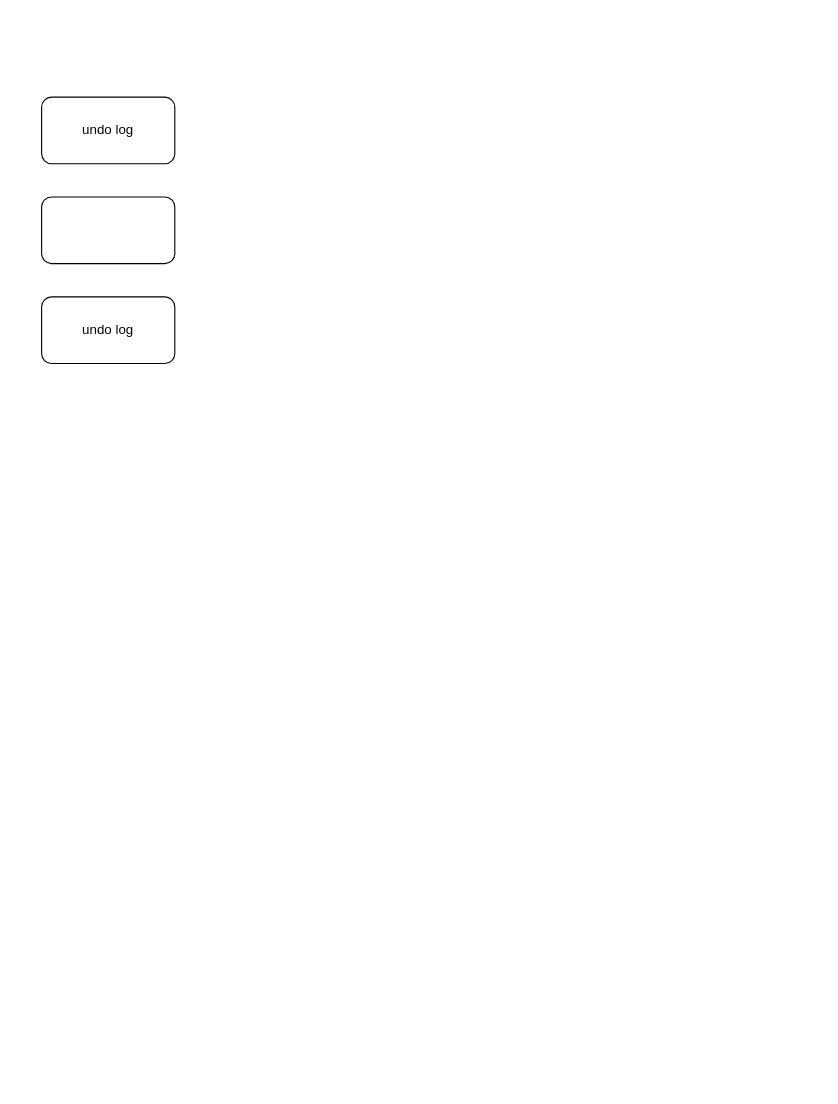
sunshuwei520/weishao keeps this draw.io diagram as mysql三种日志详解.drawio. Above is the earlier version. Source tidied: cells renumbered, new cells numbered last; positions are measured from the earlier drawing's top-left corner, leaving out a move shared by most shapes. Both pictures are drawn from the tidied source at 111%, with x=0, y=0 at pixel (41, 97).
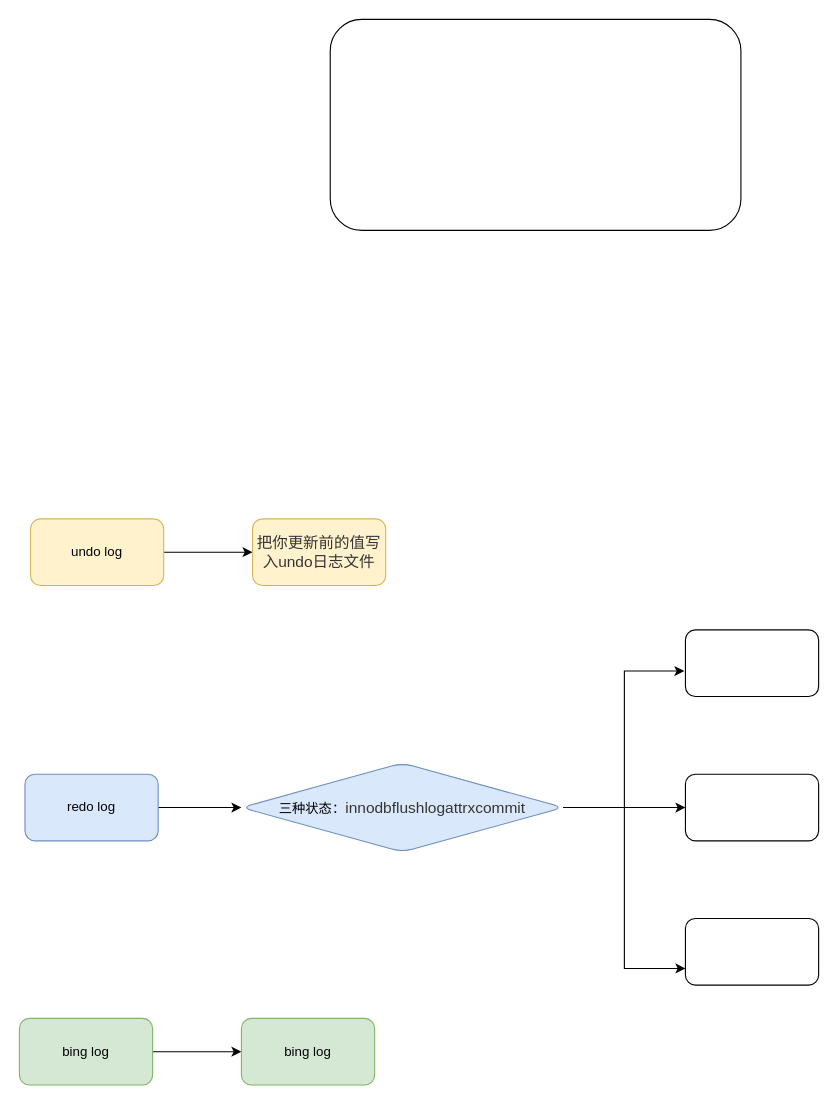
After the change.

Commit message (it also covers changes not shown here):
Update mysql三种日志详解.drawio

What changed in the source:
```diff
@@
 <mxGraphModel>
   <root>
     <mxCell id="0" />
     <mxCell id="1" parent="0" />
+    <mxCell id="5" style="edgeStyle=orthogonalEdgeStyle;rounded=0;jettySize=auto;html=1;" parent="1" edge="1" source="2" target="9">
+      <mxGeometry relative="1" as="geometry" />
+    </mxCell>
-    <mxCell id="2" value="undo log" style="rounded=1;whiteSpace=wrap;html=1;" parent="1" vertex="1">
-      <mxGeometry width="120" height="60" as="geometry" />
+    <mxCell id="2" value="undo log" style="rounded=1;whiteSpace=wrap;html=1;fillColor=#fff2cc;strokeColor=#d6b656;" parent="1" vertex="1">
+      <mxGeometry x="-10" y="380" width="120" height="60" as="geometry" />
     </mxCell>
+    <mxCell id="6" style="edgeStyle=orthogonalEdgeStyle;rounded=0;jettySize=auto;html=1;" parent="1" edge="1" source="3" target="13">
+      <mxGeometry relative="1" as="geometry" />
+    </mxCell>
-    <mxCell id="3" style="rounded=1;whiteSpace=wrap;html=1;" parent="1" vertex="1">
-      <mxGeometry y="90" width="120" height="60" as="geometry" />
+    <mxCell id="3" value="redo log" style="rounded=1;whiteSpace=wrap;html=1;fillColor=#dae8fc;strokeColor=#6c8ebf;" parent="1" vertex="1">
+      <mxGeometry x="-15" y="610" width="120" height="60" as="geometry" />
     </mxCell>
+    <mxCell id="7" style="edgeStyle=orthogonalEdgeStyle;rounded=0;jettySize=auto;html=1;" parent="1" edge="1" source="4" target="17">
+      <mxGeometry relative="1" as="geometry" />
+    </mxCell>
-    <mxCell id="4" value="undo log" style="rounded=1;whiteSpace=wrap;html=1;" parent="1" vertex="1">
-      <mxGeometry y="180" width="120" height="60" as="geometry" />
+    <mxCell id="4" value="bing log" style="rounded=1;whiteSpace=wrap;html=1;fillColor=#d5e8d4;strokeColor=#82b366;" parent="1" vertex="1">
+      <mxGeometry x="-20" y="830" width="120" height="60" as="geometry" />
     </mxCell>
+    <mxCell id="8" style="rounded=1;whiteSpace=wrap;html=1;" parent="1" vertex="1">
+      <mxGeometry x="260" y="-70" width="370" height="190" as="geometry" />
+    </mxCell>
+    <mxCell id="9" value="&#10;&#10;&#10;&lt;div&gt;&lt;span style=&quot;font-size: 10.4667pt ; color: rgb(53 , 53 , 53)&quot;&gt;把你更新前的值写入undo日志文件&lt;/span&gt;&lt;/div&gt;&#10;&#10;&#10;" style="whiteSpace=wrap;html=1;rounded=1;fillColor=#fff2cc;strokeColor=#d6b656;" parent="1" vertex="1">
+      <mxGeometry x="190" y="380" width="120" height="60" as="geometry" />
+    </mxCell>
+    <mxCell id="10" style="edgeStyle=orthogonalEdgeStyle;rounded=0;jettySize=auto;html=1;entryX=-0.008;entryY=0.617;entryDx=0;entryDy=0;entryPerimeter=0;" parent="1" edge="1" source="13" target="14">
+      <mxGeometry relative="1" as="geometry" />
+    </mxCell>
+    <mxCell id="11" style="edgeStyle=orthogonalEdgeStyle;rounded=0;jettySize=auto;html=1;entryX=0;entryY=0.5;entryDx=0;entryDy=0;" parent="1" edge="1" source="13" target="15">
+      <mxGeometry relative="1" as="geometry" />
+    </mxCell>
+    <mxCell id="12" style="edgeStyle=orthogonalEdgeStyle;rounded=0;jettySize=auto;html=1;entryX=0;entryY=0.75;entryDx=0;entryDy=0;" parent="1" edge="1" source="13" target="16">
+      <mxGeometry relative="1" as="geometry" />
+    </mxCell>
+    <mxCell id="13" value="三种状态：&lt;span style=&quot;font-size: 10.4667pt ; color: rgb(53 , 53 , 53)&quot;&gt;innodb&lt;/span&gt;&lt;span style=&quot;font-size: 10.4667pt ; color: rgb(53 , 53 , 53)&quot;&gt;flush&lt;/span&gt;&lt;span style=&quot;font-size: 10.4667pt ; color: rgb(53 , 53 , 53)&quot;&gt;log&lt;/span&gt;&lt;span style=&quot;font-size: 10.4667pt ; color: rgb(53 , 53 , 53)&quot;&gt;at&lt;/span&gt;&lt;span style=&quot;font-size: 10.4667pt ; color: rgb(53 , 53 , 53)&quot;&gt;trx&lt;/span&gt;&lt;span style=&quot;font-size: 10.4667pt ; color: rgb(53 , 53 , 53)&quot;&gt;commit&lt;/span&gt;" style="rhombus;whiteSpace=wrap;html=1;rounded=1;strokeColor=#6c8ebf;fillColor=#dae8fc;" parent="1" vertex="1">
+      <mxGeometry x="180" y="600" width="290" height="80" as="geometry" />
+    </mxCell>
+    <mxCell id="14" style="rounded=1;whiteSpace=wrap;html=1;" parent="1" vertex="1">
+      <mxGeometry x="580" y="480" width="120" height="60" as="geometry" />
+    </mxCell>
+    <mxCell id="15" style="rounded=1;whiteSpace=wrap;html=1;" parent="1" vertex="1">
+      <mxGeometry x="580" y="610" width="120" height="60" as="geometry" />
+    </mxCell>
+    <mxCell id="16" style="rounded=1;whiteSpace=wrap;html=1;" parent="1" vertex="1">
+      <mxGeometry x="580" y="740" width="120" height="60" as="geometry" />
+    </mxCell>
+    <mxCell id="17" value="bing log" style="rounded=1;whiteSpace=wrap;html=1;fillColor=#d5e8d4;strokeColor=#82b366;" parent="1" vertex="1">
+      <mxGeometry x="180" y="830" width="120" height="60" as="geometry" />
+    </mxCell>
   </root>
 </mxGraphModel>
```
